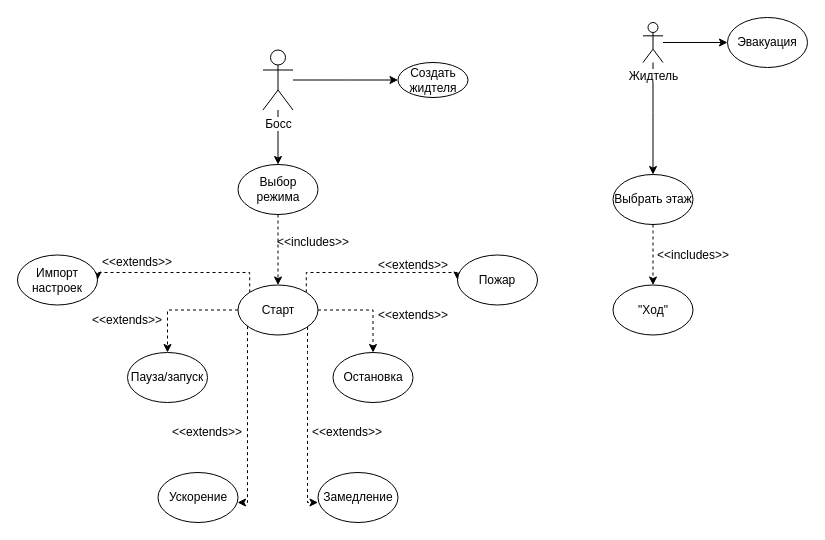
twad3n/Elevator keeps this draw.io diagram as Use case.drawio. Above is the earlier version. Source tidied: cells renumbered, new cells numbered last; positions are measured from the earlier drawing's top-left corner, leaving out a move shared by most shapes. Both pictures are drawn from the tidied source at 100%, with x=0, y=0 at pixel (17, 17).
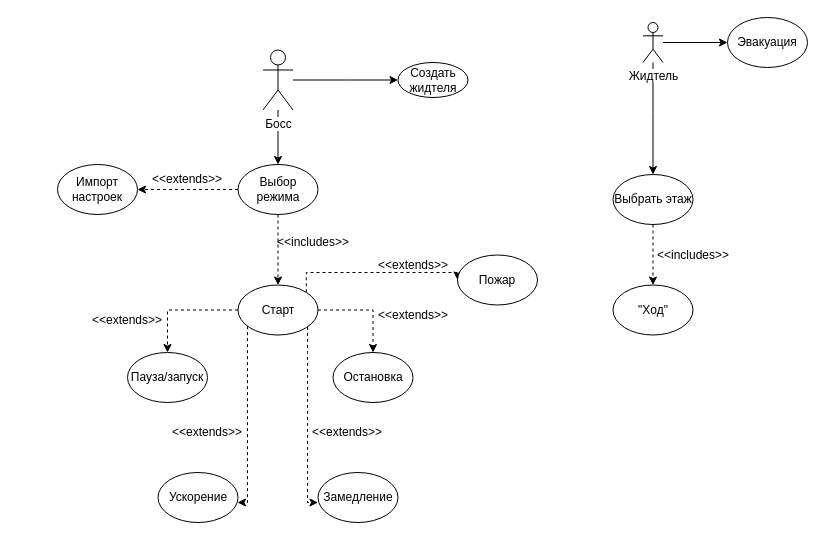
Above is the later version.

The change refers to these unchanged cells:
```xml
<mxCell id="18" value="Старт" style="ellipse;whiteSpace=wrap;html=1;" parent="1" vertex="1">
  <mxGeometry x="220.5" y="267.5" width="80" height="50" as="geometry" />
</mxCell>
<mxCell id="24" value="Выбор режима" style="ellipse;whiteSpace=wrap;html=1;" parent="1" vertex="1">
  <mxGeometry x="220.5" y="147" width="80" height="50" as="geometry" />
</mxCell>
```

Diff of the diagram source:
```diff
@@
-    <mxCell id="13" style="edgeStyle=orthogonalEdgeStyle;jettySize=auto;html=1;exitX=0;exitY=0;exitDx=0;exitDy=0;entryX=1;entryY=0.5;entryDx=0;entryDy=0;rounded=0;dashed=1;" parent="1" edge="1" source="18" target="25">
-      <mxGeometry relative="1" as="geometry">
-        <Array as="points">
-          <mxPoint x="232" y="255" />
-          <mxPoint x="80" y="255" />
-        </Array>
-      </mxGeometry>
-    </mxCell>
@@
+    <mxCell id="36" style="edgeStyle=orthogonalEdgeStyle;rounded=0;jettySize=auto;html=1;entryX=1;entryY=0.5;entryDx=0;entryDy=0;dashed=1;" parent="1" edge="1" source="24" target="25">
+      <mxGeometry relative="1" as="geometry" />
+    </mxCell>
@@
     <mxCell id="25" value="Импорт настроек" style="ellipse;whiteSpace=wrap;html=1;" parent="1" vertex="1">
-      <mxGeometry y="237.5" width="80" height="50" as="geometry" />
+      <mxGeometry x="40" y="147" width="80" height="50" as="geometry" />
     </mxCell>
     <mxCell id="26" value="&amp;lt;&amp;lt;extends&amp;gt;&amp;gt;" style="text;html=1;strokeColor=none;fillColor=none;align=center;verticalAlign=middle;whiteSpace=wrap;rounded=0;" parent="1" vertex="1">
-      <mxGeometry x="100" y="235" width="40" height="20" as="geometry" />
+      <mxGeometry x="150" y="152" width="40" height="20" as="geometry" />
     </mxCell>
```
